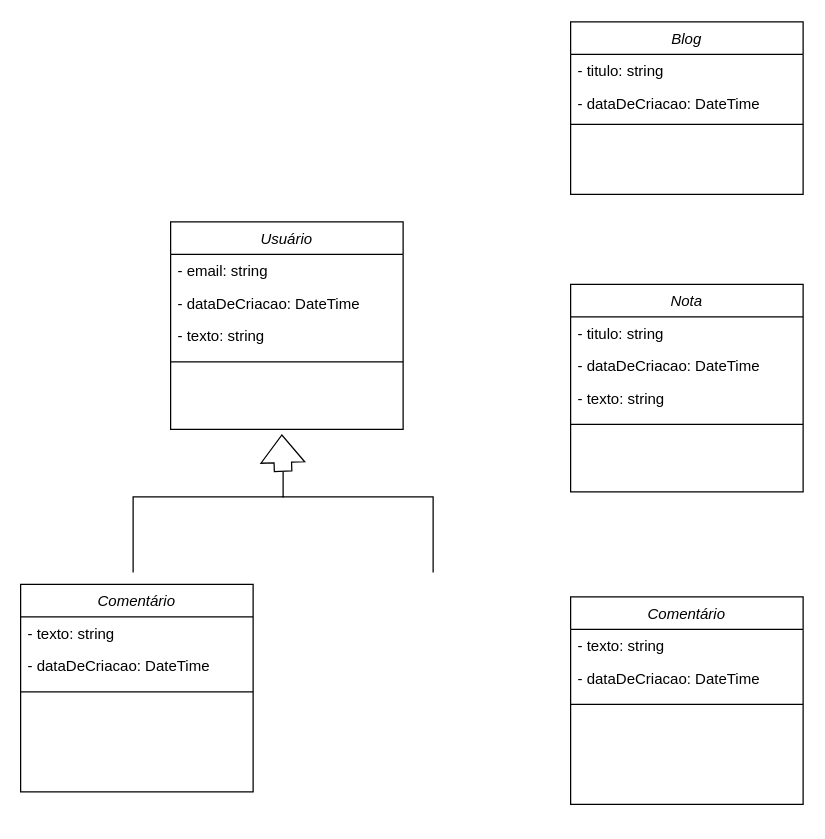
Igortpfalcao/EngSoftware1 keeps this draw.io diagram as Diagrama sem nome.drawio. Above is the earlier version. Source tidied: cells renumbered, new cells numbered last; positions are measured from the earlier drawing's top-left corner, leaving out a move shared by most shapes. Both pictures are drawn from the tidied source at 125%, with x=0, y=0 at pixel (20, 21).
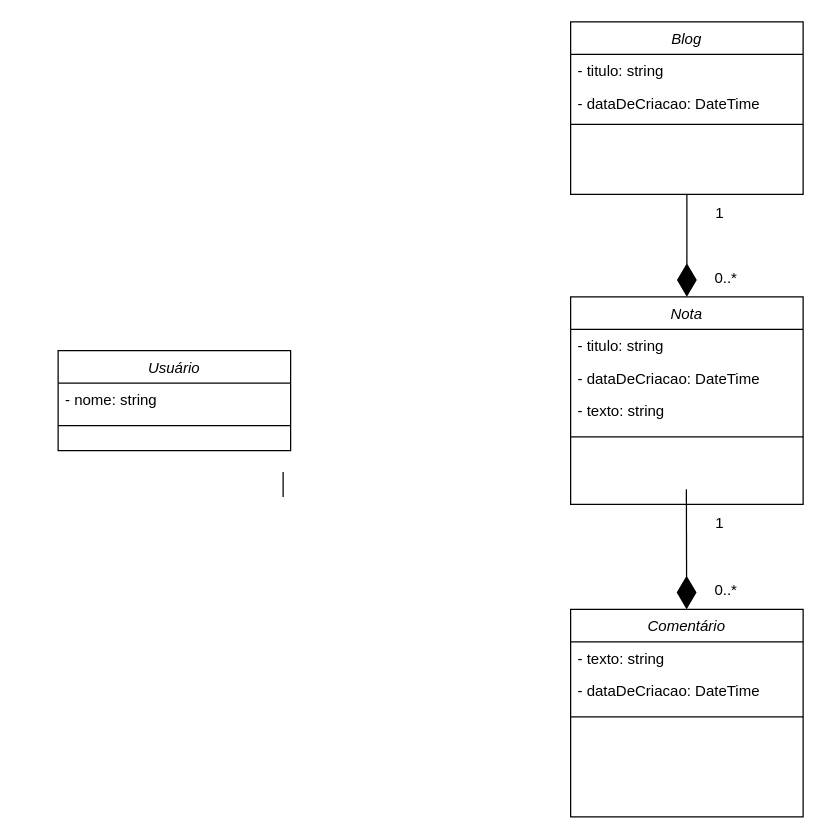
The same page after the edit.

Unchanged cells that the change refers to:
```xml
<mxCell id="2" value="Blog" style="swimlane;fontStyle=2;align=center;verticalAlign=top;horizontal=1;startSize=26;rounded=0;shadow=0;strokeWidth=1;" parent="1" vertex="1">
  <mxGeometry x="440" width="186" height="138" as="geometry" />
</mxCell>
```

Change to the diagram source:
```diff
@@
     <mxCell id="6" value="Nota" style="swimlane;fontStyle=2;align=center;verticalAlign=top;horizontal=1;startSize=26;rounded=0;shadow=0;strokeWidth=1;" parent="1" vertex="1">
-      <mxGeometry x="440" y="210" width="186" height="166" as="geometry" />
+      <mxGeometry x="440" y="220" width="186" height="166" as="geometry" />
     </mxCell>
@@
     <mxCell id="11" value="Comentário" style="swimlane;fontStyle=2;align=center;verticalAlign=top;horizontal=1;startSize=26;rounded=0;shadow=0;strokeWidth=1;" parent="1" vertex="1">
-      <mxGeometry x="440" y="460" width="186" height="166" as="geometry" />
+      <mxGeometry x="440" y="470" width="186" height="166" as="geometry" />
     </mxCell>
@@
     <mxCell id="15" value="Usuário" style="swimlane;fontStyle=2;align=center;verticalAlign=top;horizontal=1;startSize=26;rounded=0;shadow=0;strokeWidth=1;" parent="1" vertex="1">
-      <mxGeometry x="120" y="160" width="186" height="166" as="geometry" />
+      <mxGeometry x="30" y="263" width="186" height="80" as="geometry" />
     </mxCell>
-    <mxCell id="16" value="- email: string" style="text;align=left;verticalAlign=top;spacingLeft=4;spacingRight=4;overflow=hidden;" parent="15" vertex="1">
+    <mxCell id="16" value="- nome: string" style="text;align=left;verticalAlign=top;spacingLeft=4;spacingRight=4;overflow=hidden;" parent="15" vertex="1">
       <mxGeometry y="26" width="186" height="26" as="geometry" />
     </mxCell>
-    <mxCell id="17" value="- dataDeCriacao: DateTime" style="text;align=left;verticalAlign=top;spacingLeft=4;spacingRight=4;overflow=hidden;rounded=0;shadow=0;html=0;" parent="15" vertex="1">
-      <mxGeometry y="52" width="186" height="26" as="geometry" />
-    </mxCell>
-    <mxCell id="18" value="- texto: string" style="text;align=left;verticalAlign=top;spacingLeft=4;spacingRight=4;overflow=hidden;rounded=0;shadow=0;html=0;" parent="15" vertex="1">
-      <mxGeometry y="78" width="186" height="26" as="geometry" />
-    </mxCell>
     <mxCell id="19" style="line;html=1;strokeWidth=1;align=left;verticalAlign=middle;spacingTop=-1;spacingLeft=3;spacingRight=3;labelPosition=right;" parent="15" vertex="1">
-      <mxGeometry y="104" width="186" height="16" as="geometry" />
+      <mxGeometry y="52" width="186" height="16" as="geometry" />
     </mxCell>
-    <mxCell id="20" style="shape=partialRectangle;whiteSpace=wrap;html=1;bottom=0;right=0;fillColor=none;" parent="1" vertex="1">
-      <mxGeometry x="90" y="380" width="120" height="60" as="geometry" />
-    </mxCell>
-    <mxCell id="21" style="shape=partialRectangle;whiteSpace=wrap;html=1;bottom=0;right=0;fillColor=none;flipH=1;" parent="1" vertex="1">
-      <mxGeometry x="210" y="380" width="120" height="60" as="geometry" />
-    </mxCell>
-    <mxCell id="22" style="shape=flexArrow;endArrow=classic;html=1;rounded=0;width=14;endSize=7;" parent="1" edge="1">
-      <mxGeometry relative="1" as="geometry">
-        <mxPoint x="210" y="360" as="sourcePoint" />
-        <mxPoint x="209" y="330" as="targetPoint" />
-      </mxGeometry>
-    </mxCell>
-    <mxCell id="23" style="endArrow=none;html=1;rounded=0;exitX=0;exitY=0;exitDx=0;exitDy=0;" parent="1" edge="1" source="21">
+    <mxCell id="23" style="endArrow=none;html=1;rounded=0;exitX=0;exitY=0;exitDx=0;exitDy=0;" parent="1" edge="1">
       <mxGeometry relative="1" as="geometry">
+        <mxPoint x="210" y="380" as="sourcePoint" />
         <mxPoint x="210" y="360" as="targetPoint" />
       </mxGeometry>
     </mxCell>
-    <mxCell id="24" value="Comentário" style="swimlane;fontStyle=2;align=center;verticalAlign=top;horizontal=1;startSize=26;rounded=0;shadow=0;strokeWidth=1;" parent="1" vertex="1">
-      <mxGeometry y="450" width="186" height="166" as="geometry" />
-    </mxCell>
-    <mxCell id="25" value="- texto: string" style="text;align=left;verticalAlign=top;spacingLeft=4;spacingRight=4;overflow=hidden;" parent="24" vertex="1">
-      <mxGeometry y="26" width="186" height="26" as="geometry" />
-    </mxCell>
-    <mxCell id="26" value="- dataDeCriacao: DateTime" style="text;align=left;verticalAlign=top;spacingLeft=4;spacingRight=4;overflow=hidden;rounded=0;shadow=0;html=0;" parent="24" vertex="1">
-      <mxGeometry y="52" width="186" height="26" as="geometry" />
-    </mxCell>
-    <mxCell id="27" style="line;html=1;strokeWidth=1;align=left;verticalAlign=middle;spacingTop=-1;spacingLeft=3;spacingRight=3;labelPosition=right;" parent="24" vertex="1">
-      <mxGeometry y="78" width="186" height="16" as="geometry" />
-    </mxCell>
+    <mxCell id="28" style="endArrow=diamondThin;endFill=1;endSize=24;html=1;rounded=0;exitX=0.5;exitY=1;exitDx=0;exitDy=0;entryX=0.5;entryY=0;entryDx=0;entryDy=0;" parent="1" edge="1" source="2" target="6">
+      <mxGeometry relative="1" as="geometry" />
+    </mxCell>
+    <mxCell id="29" style="endArrow=diamondThin;endFill=1;endSize=24;html=1;rounded=0;exitX=0.5;exitY=1;exitDx=0;exitDy=0;" parent="1" edge="1" target="11">
+      <mxGeometry relative="1" as="geometry">
+        <mxPoint x="532.6" y="374" as="sourcePoint" />
+      </mxGeometry>
+    </mxCell>
+    <mxCell id="30" value="1" style="text;html=1;align=center;verticalAlign=middle;strokeColor=none;fillColor=none;" parent="1" vertex="1">
+      <mxGeometry x="544" y="138" width="30" height="30" as="geometry" />
+    </mxCell>
+    <mxCell id="31" value="0..*" style="text;html=1;align=center;verticalAlign=middle;strokeColor=none;fillColor=none;" parent="1" vertex="1">
+      <mxGeometry x="544" y="190" width="40" height="30" as="geometry" />
+    </mxCell>
+    <mxCell id="32" value="0..*" style="text;html=1;align=center;verticalAlign=middle;strokeColor=none;fillColor=none;" parent="1" vertex="1">
+      <mxGeometry x="544" y="440" width="40" height="30" as="geometry" />
+    </mxCell>
+    <mxCell id="33" value="1" style="text;html=1;align=center;verticalAlign=middle;strokeColor=none;fillColor=none;" parent="1" vertex="1">
+      <mxGeometry x="544" y="386" width="30" height="30" as="geometry" />
+    </mxCell>
```
